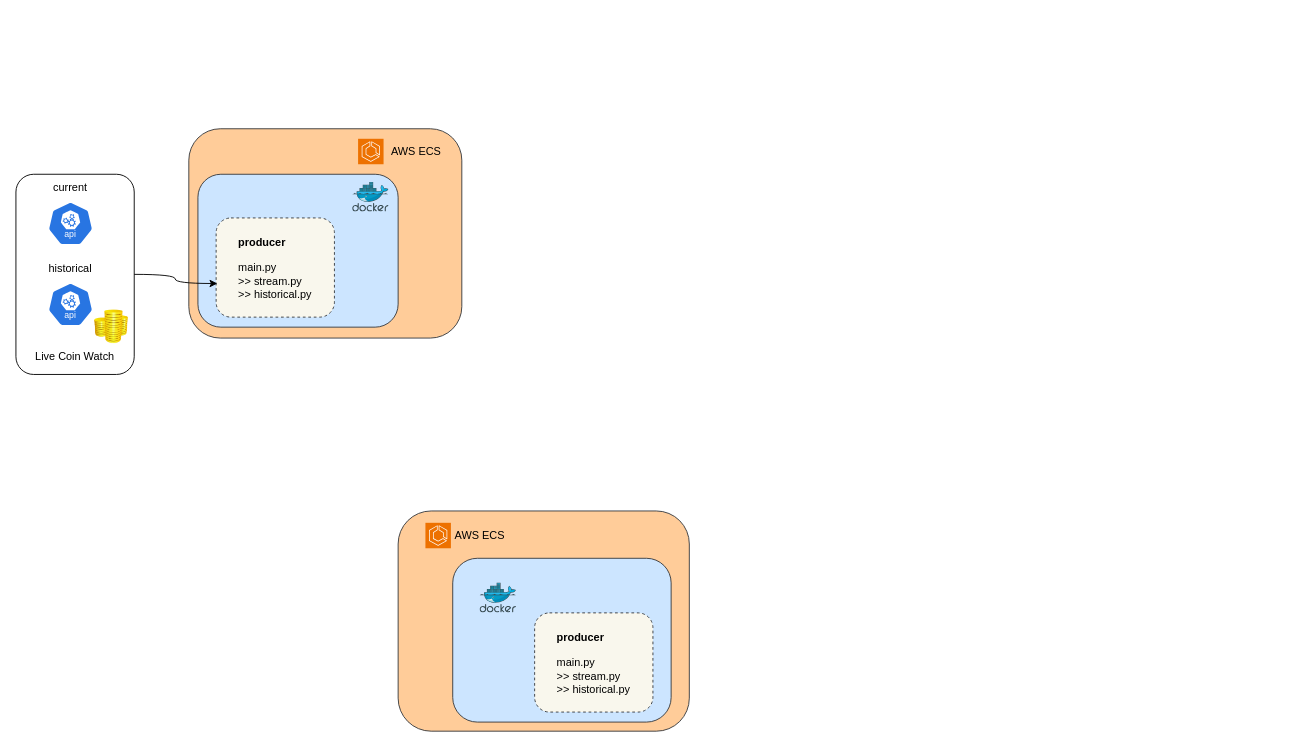
Before: streaming_architecture_bootcamp2024.drawio in suphineneo/capstone, a draw.io diagram. Source tidied: cells renumbered, new cells numbered last; positions are measured from the earlier drawing's top-left corner, leaving out a move shared by most shapes. Both pictures are drawn from the tidied source at 91%, with x=0, y=0 at pixel (15, 128). Pictures stored in the file or linked from it are replaced by grey dashed boxes.
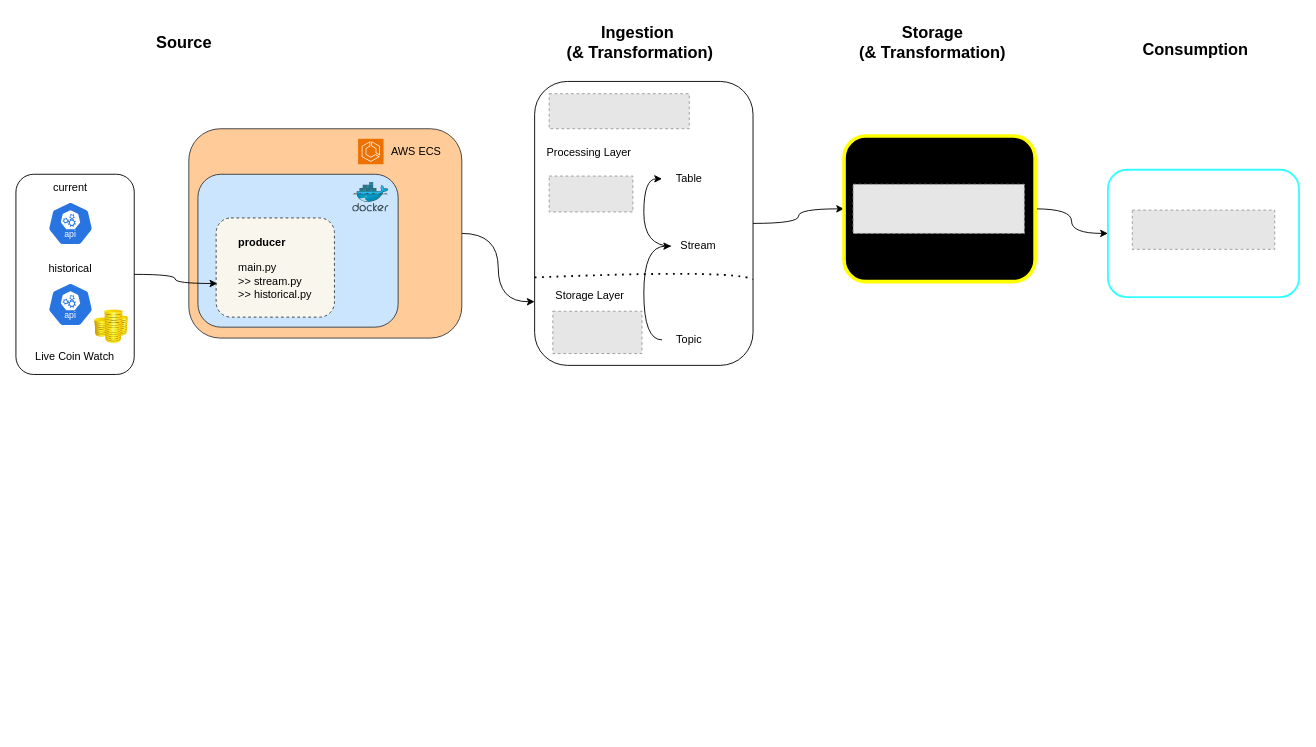
The same diagram, later.

Unchanged cells that the change refers to:
```xml
<mxCell id="14" style="rounded=1;whiteSpace=wrap;html=1;fillColor=#ffcc99;strokeColor=#36393d;" parent="1" vertex="1">
  <mxGeometry x="190" width="300" height="230" as="geometry" />
</mxCell>
```

Change to the diagram source:
```diff
@@
-    <mxCell id="2" style="rounded=1;whiteSpace=wrap;html=1;fillColor=#ffcc99;strokeColor=#36393d;" parent="1" vertex="1">
-      <mxGeometry x="420" y="420" width="320" height="242" as="geometry" />
-    </mxCell>
+    <mxCell id="22" style="rounded=1;whiteSpace=wrap;html=1;strokeColor=#33FFFF;strokeWidth=2;" parent="1" vertex="1">
+      <mxGeometry x="1200" y="45" width="210" height="140" as="geometry" />
+    </mxCell>
+    <mxCell id="23" style="edgeStyle=orthogonalEdgeStyle;curved=1;rounded=0;jettySize=auto;html=1;exitX=1;exitY=0.5;exitDx=0;exitDy=0;entryX=0;entryY=0.5;entryDx=0;entryDy=0;" parent="1" edge="1" source="24" target="39">
+      <mxGeometry relative="1" as="geometry" />
+    </mxCell>
+    <mxCell id="24" style="rounded=1;whiteSpace=wrap;html=1;" parent="1" vertex="1">
+      <mxGeometry x="570" y="-52" width="240" height="312" as="geometry" />
+    </mxCell>
@@
-    <mxCell id="9" style="rounded=1;whiteSpace=wrap;html=1;fillColor=#cce5ff;strokeColor=#36393d;" parent="1" vertex="1">
-      <mxGeometry x="480" y="472" width="240" height="180" as="geometry" />
-    </mxCell>
-    <mxCell id="10" value="&lt;div style=&quot;text-align: left;&quot;&gt;&lt;b style=&quot;background-color: initial;&quot;&gt;producer&lt;/b&gt;&lt;/div&gt;&lt;div&gt;&lt;br&gt;&lt;/div&gt;&lt;div style=&quot;text-align: left;&quot;&gt;main.py&lt;/div&gt;&lt;div style=&quot;text-align: left;&quot;&gt;&lt;span style=&quot;background-color: initial;&quot;&gt;&amp;gt;&amp;gt; stream.py&lt;/span&gt;&lt;/div&gt;&lt;div style=&quot;text-align: left;&quot;&gt;&amp;gt;&amp;gt; historical.py&lt;/div&gt;" style="text;html=1;align=center;verticalAlign=middle;whiteSpace=wrap;rounded=1;dashed=1;strokeWidth=1;fillColor=#f9f7ed;strokeColor=#36393d;" parent="1" vertex="1">
-      <mxGeometry x="570" y="532" width="130" height="109" as="geometry" />
-    </mxCell>
-    <mxCell id="11" style="image;sketch=0;html=1;align=center;fontSize=12;image=img/lib/mscae/Docker.svg;" parent="1" vertex="1">
-      <mxGeometry x="510" y="499.2" width="40" height="32.8" as="geometry" />
-    </mxCell>
-    <mxCell id="12" value="AWS ECS" style="text;html=1;align=center;verticalAlign=middle;whiteSpace=wrap;rounded=0;" parent="1" vertex="1">
-      <mxGeometry x="480" y="432" width="60" height="30" as="geometry" />
-    </mxCell>
-    <mxCell id="13" style="sketch=0;fontColor=#232F3E;fillColor=#ED7100;strokeColor=#ffffff;dashed=0;verticalLabelPosition=bottom;verticalAlign=top;align=center;html=1;fontSize=12;fontStyle=0;shape=mxgraph.aws4.resourceIcon;resIcon=mxgraph.aws4.ecs;" parent="1" vertex="1">
-      <mxGeometry x="450" y="433" width="28" height="28" as="geometry" />
-    </mxCell>
+    <mxCell id="25" style="edgeStyle=orthogonalEdgeStyle;curved=1;rounded=0;jettySize=auto;html=1;exitX=1;exitY=0.5;exitDx=0;exitDy=0;" parent="1" edge="1" source="14">
+      <mxGeometry relative="1" as="geometry">
+        <mxPoint x="570" y="190" as="targetPoint" />
+      </mxGeometry>
+    </mxCell>
@@
+    <mxCell id="26" style="fillColor=#E6E6E6;strokeColor=#999999;dashed=1;verticalLabelPosition=bottom;labelBackgroundColor=default;verticalAlign=top;" parent="1" vertex="1">
+      <mxGeometry x="586" y="-38.5" width="154" height="38.5" as="geometry" />
+    </mxCell>
+    <mxCell id="27" style="fillColor=#E6E6E6;strokeColor=#999999;dashed=1;verticalLabelPosition=bottom;labelBackgroundColor=default;verticalAlign=top;" parent="1" vertex="1">
+      <mxGeometry x="590" y="200.5" width="98" height="46.5" as="geometry" />
+    </mxCell>
+    <mxCell id="28" style="edgeStyle=orthogonalEdgeStyle;curved=1;rounded=0;jettySize=auto;html=1;exitX=0;exitY=0.5;exitDx=0;exitDy=0;entryX=0;entryY=0.5;entryDx=0;entryDy=0;" parent="1" edge="1" source="29" target="31">
+      <mxGeometry relative="1" as="geometry" />
+    </mxCell>
+    <mxCell id="29" value="Topic" style="text;html=1;align=center;verticalAlign=middle;whiteSpace=wrap;rounded=0;" parent="1" vertex="1">
+      <mxGeometry x="710" y="217" width="60" height="30" as="geometry" />
+    </mxCell>
+    <mxCell id="30" style="edgeStyle=orthogonalEdgeStyle;curved=1;rounded=0;jettySize=auto;html=1;exitX=0;exitY=0.5;exitDx=0;exitDy=0;entryX=0;entryY=0.5;entryDx=0;entryDy=0;" parent="1" edge="1" source="31" target="32">
+      <mxGeometry relative="1" as="geometry" />
+    </mxCell>
+    <mxCell id="31" value="Stream" style="text;html=1;align=center;verticalAlign=middle;whiteSpace=wrap;rounded=0;" parent="1" vertex="1">
+      <mxGeometry x="720" y="114" width="60" height="30" as="geometry" />
+    </mxCell>
+    <mxCell id="32" value="Table" style="text;html=1;align=center;verticalAlign=middle;whiteSpace=wrap;rounded=0;" parent="1" vertex="1">
+      <mxGeometry x="710" y="40" width="60" height="30" as="geometry" />
+    </mxCell>
+    <mxCell id="33" value="Storage Layer" style="text;html=1;align=center;verticalAlign=middle;whiteSpace=wrap;rounded=0;" parent="1" vertex="1">
+      <mxGeometry x="586" y="169" width="90" height="30" as="geometry" />
+    </mxCell>
+    <mxCell id="34" value="Processing Layer" style="text;html=1;align=center;verticalAlign=middle;whiteSpace=wrap;rounded=0;" parent="1" vertex="1">
+      <mxGeometry x="570" y="11" width="120" height="30" as="geometry" />
+    </mxCell>
+    <mxCell id="35" style="fillColor=#E6E6E6;strokeColor=#999999;dashed=1;verticalLabelPosition=bottom;labelBackgroundColor=default;verticalAlign=top;" parent="1" vertex="1">
+      <mxGeometry x="586" y="52" width="92" height="39.4" as="geometry" />
+    </mxCell>
+    <mxCell id="36" style="endArrow=none;dashed=1;html=1;rounded=0;curved=1;" parent="1" edge="1" target="24">
+      <mxGeometry relative="1" as="geometry">
+        <mxPoint x="570" y="159" as="sourcePoint" />
+      </mxGeometry>
+    </mxCell>
+    <mxCell id="37" style="endArrow=none;dashed=1;html=1;dashPattern=1 3;strokeWidth=2;rounded=0;curved=1;" parent="1" edge="1">
+      <mxGeometry relative="1" as="geometry">
+        <mxPoint x="570" y="163.4" as="sourcePoint" />
+        <mxPoint x="810" y="165.6" as="targetPoint" />
+        <Array as="points">
+          <mxPoint x="790" y="154.4" />
+        </Array>
+      </mxGeometry>
+    </mxCell>
+    <mxCell id="38" style="edgeStyle=orthogonalEdgeStyle;curved=1;rounded=0;jettySize=auto;html=1;exitX=1;exitY=0.5;exitDx=0;exitDy=0;entryX=0;entryY=0.5;entryDx=0;entryDy=0;" parent="1" edge="1" source="39" target="22">
+      <mxGeometry relative="1" as="geometry" />
+    </mxCell>
+    <mxCell id="39" style="rounded=1;whiteSpace=wrap;html=1;fillColor=#000000;strokeColor=#FFFF00;strokeWidth=4;" parent="1" vertex="1">
+      <mxGeometry x="910" y="8" width="210" height="160" as="geometry" />
+    </mxCell>
+    <mxCell id="40" style="fillColor=#E6E6E6;strokeColor=#999999;dashed=1;verticalLabelPosition=bottom;labelBackgroundColor=default;verticalAlign=top;" parent="1" vertex="1">
+      <mxGeometry x="1226.8" y="89.4" width="156.5" height="43.1" as="geometry" />
+    </mxCell>
+    <mxCell id="41" style="fillColor=#E6E6E6;strokeColor=#999999;dashed=1;verticalLabelPosition=bottom;labelBackgroundColor=default;verticalAlign=top;" parent="1" vertex="1">
+      <mxGeometry x="920" y="61" width="188.2" height="54" as="geometry" />
+    </mxCell>
+    <mxCell id="42" value="&lt;font style=&quot;font-size: 18px;&quot;&gt;&lt;b&gt;Source&lt;/b&gt;&lt;/font&gt;" style="text;html=1;align=center;verticalAlign=middle;whiteSpace=wrap;rounded=0;" parent="1" vertex="1">
+      <mxGeometry x="130" y="-109.5" width="110" height="30" as="geometry" />
+    </mxCell>
+    <mxCell id="43" value="&lt;font style=&quot;font-size: 18px;&quot;&gt;&lt;b&gt;Ingestion&amp;nbsp;&lt;/b&gt;&lt;/font&gt;&lt;div&gt;&lt;font style=&quot;font-size: 18px;&quot;&gt;&lt;b&gt;(&amp;amp; Transformation)&lt;/b&gt;&lt;/font&gt;&lt;/div&gt;" style="text;html=1;align=center;verticalAlign=middle;whiteSpace=wrap;rounded=0;" parent="1" vertex="1">
+      <mxGeometry x="586" y="-119.5" width="200" height="50" as="geometry" />
+    </mxCell>
+    <mxCell id="44" value="&lt;font style=&quot;font-size: 18px;&quot;&gt;&lt;b&gt;Storage&lt;/b&gt;&lt;/font&gt;&lt;div&gt;&lt;font style=&quot;font-size: 18px;&quot;&gt;&lt;b&gt;(&amp;amp; Transformation)&lt;/b&gt;&lt;/font&gt;&lt;/div&gt;" style="text;html=1;align=center;verticalAlign=middle;whiteSpace=wrap;rounded=0;" parent="1" vertex="1">
+      <mxGeometry x="910" y="-124.5" width="195" height="60" as="geometry" />
+    </mxCell>
+    <mxCell id="45" value="&lt;font style=&quot;font-size: 18px;&quot;&gt;&lt;b&gt;Consumption&lt;/b&gt;&lt;/font&gt;" style="text;html=1;align=center;verticalAlign=middle;whiteSpace=wrap;rounded=0;" parent="1" vertex="1">
+      <mxGeometry x="1226.8" y="-102" width="138.8" height="30" as="geometry" />
+    </mxCell>
```
